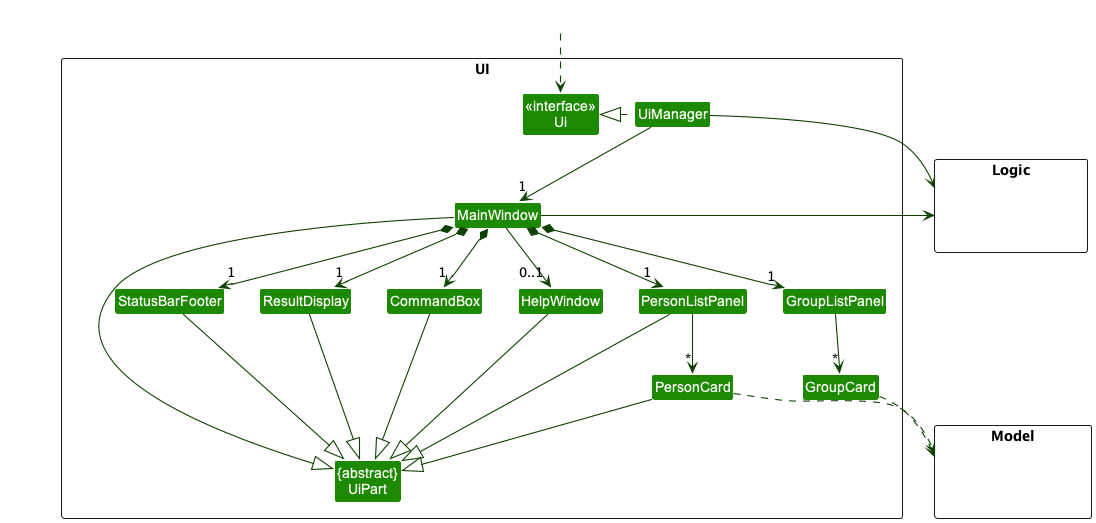
The PlantUML diagram docs/images/UiClassDiagram.png in nus-cs2103-AY2223S2/tp, before a commit.
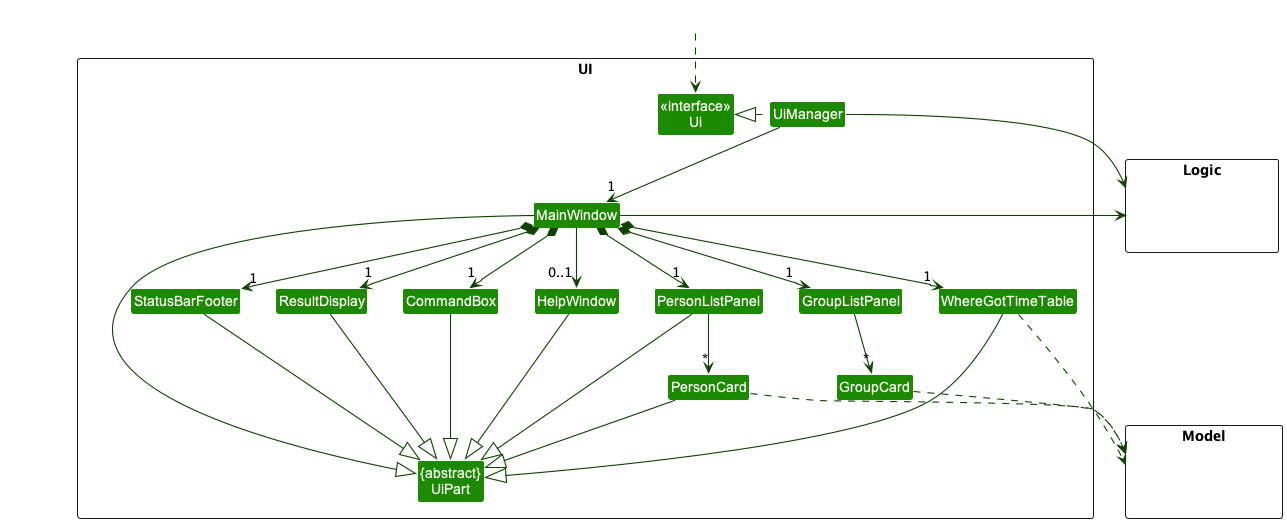
Later version of the same file.

Change to the diagram source:
```diff
@@ -17,6 +17,7 @@
 Class GroupCard
 Class StatusBarFooter
 Class CommandBox
+Class WhereGotTimeTable
 }
 
 package Model <<Rectangle>> {
@@ -38,6 +39,7 @@
 MainWindow *-down-> "1" GroupListPanel
 MainWindow *-down-> "1" StatusBarFooter
 MainWindow --> "0..1" HelpWindow
+MainWindow *-down-> "1" WhereGotTimeTable
 
 GroupListPanel -down-> "*" GroupCard
 PersonListPanel -down-> "*" PersonCard
@@ -51,14 +53,17 @@
 PersonCard --|> UiPart
 StatusBarFooter --|> UiPart
 HelpWindow --|> UiPart
+WhereGotTimeTable --|> UiPart
 
 GroupCard ..> Model
 PersonCard ..> Model
+WhereGotTimeTable..> Model
 UiManager -right-> Logic
 MainWindow -left-> Logic
 
 PersonListPanel -[hidden]left- HelpWindow
 GroupListPanel -[hidden]left- HelpWindow
+WhereGotTimeTable -[hidden]left-GroupListPanel
 HelpWindow -[hidden]left- CommandBox
 CommandBox -[hidden]left- ResultDisplay
 ResultDisplay -[hidden]left- StatusBarFooter
```
